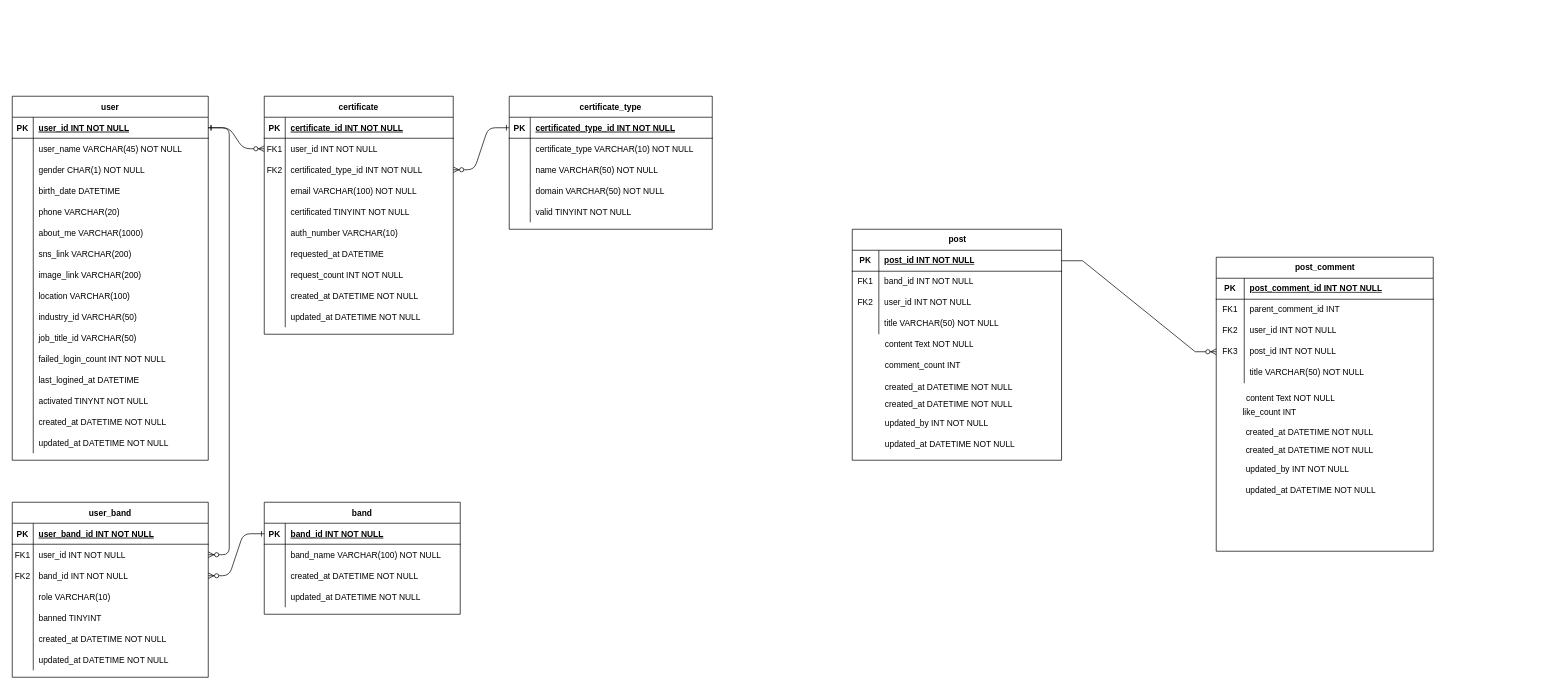
Earlier version of the draw.io diagram ERD.drawio (Peer-Band/Peer-Band-DB). Source tidied: cells renumbered, new cells numbered last; positions are measured from the earlier drawing's top-left corner, leaving out a move shared by most shapes. Both pictures are drawn from the tidied source at 70%, with x=0, y=0 at pixel (12, 96).
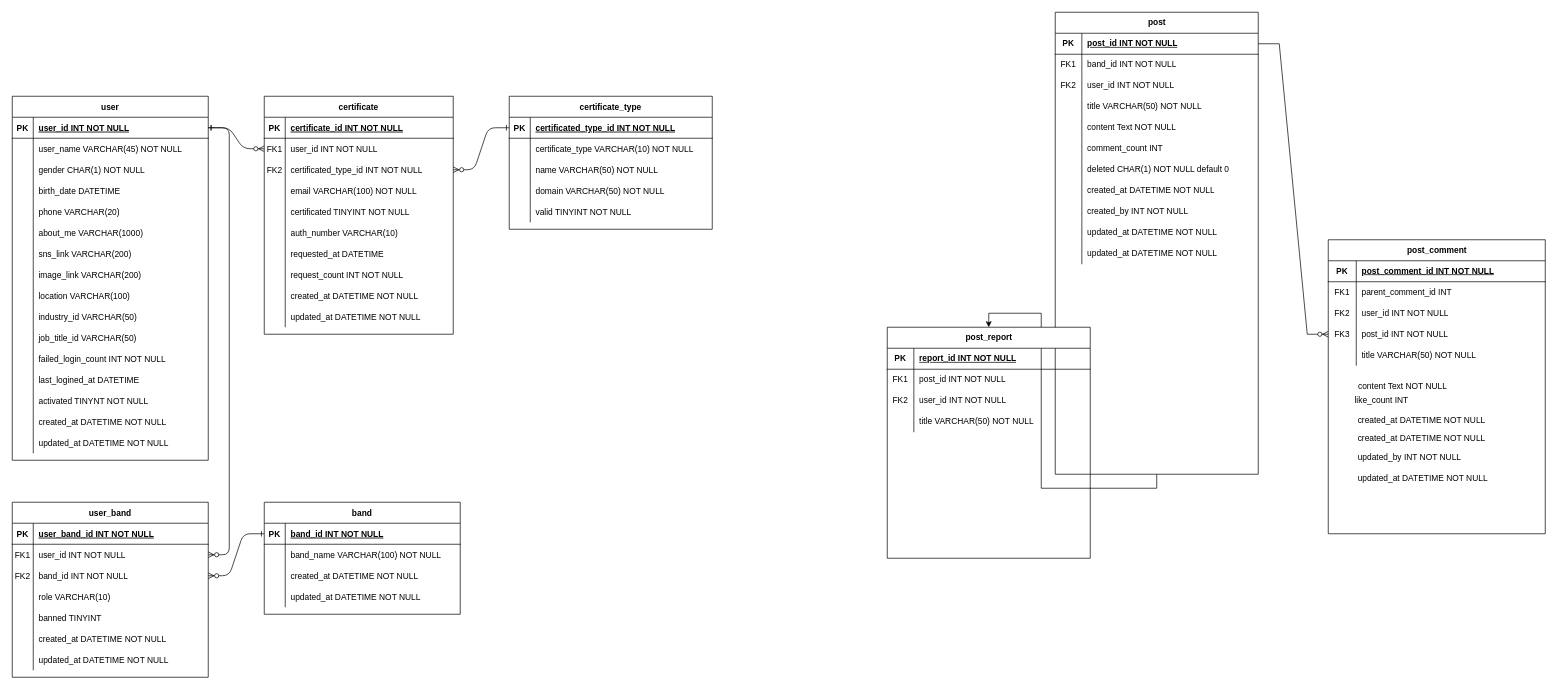
The same page after the edit.

Diff of the diagram source:
```diff
@@
+    <mxCell id="179" style="edgeStyle=orthogonalEdgeStyle;rounded=0;jettySize=auto;html=1;" parent="1" edge="1" source="137" target="199">
+      <mxGeometry relative="1" as="geometry" />
+    </mxCell>
     <mxCell id="137" value="post" style="shape=table;startSize=30;childLayout=tableLayout;rowLines=0;fontStyle=1;align=center;html=1;" parent="1" vertex="1">
-      <mxGeometry x="1200" y="190" width="299" height="330" as="geometry" />
+      <mxGeometry x="1490" y="-120" width="290" height="660" as="geometry" />
     </mxCell>
     <mxCell id="138" style="shape=tableRow;horizontal=0;startSize=0;swimlaneHead=0;swimlaneBody=0;fillColor=none;points=[[0,0.5],[1,0.5]];portConstraint=eastwest;top=0;left=0;right=0;bottom=1;" parent="137" vertex="1">
-      <mxGeometry y="30" width="299" height="30" as="geometry" />
+      <mxGeometry y="30" width="290" height="30" as="geometry" />
     </mxCell>
@@
     <mxCell id="140" value="post_id INT NOT NULL" style="shape=partialRectangle;fillColor=none;top=0;left=0;bottom=0;right=0;align=left;spacingLeft=6;fontStyle=5;overflow=hidden;whiteSpace=wrap;html=1;" parent="138" vertex="1">
-      <mxGeometry x="38" width="261" height="30" as="geometry" />
+      <mxGeometry x="38" width="252" height="30" as="geometry" />
     </mxCell>
     <mxCell id="141" style="shape=tableRow;horizontal=0;startSize=0;swimlaneHead=0;swimlaneBody=0;fillColor=none;top=0;left=0;right=0;bottom=0;" parent="137" vertex="1">
-      <mxGeometry y="60" width="299" height="30" as="geometry" />
+      <mxGeometry y="60" width="290" height="30" as="geometry" />
     </mxCell>
@@
     <mxCell id="143" value="band_id INT NOT NULL" style="shape=partialRectangle;fillColor=none;top=0;left=0;bottom=0;right=0;align=left;spacingLeft=6;overflow=hidden;whiteSpace=wrap;html=1;" parent="141" vertex="1">
-      <mxGeometry x="38" width="261" height="30" as="geometry" />
+      <mxGeometry x="38" width="252" height="30" as="geometry" />
     </mxCell>
     <mxCell id="144" style="shape=tableRow;horizontal=0;startSize=0;swimlaneHead=0;swimlaneBody=0;fillColor=none;top=0;left=0;right=0;bottom=0;" parent="137" vertex="1">
-      <mxGeometry y="90" width="299" height="30" as="geometry" />
+      <mxGeometry y="90" width="290" height="30" as="geometry" />
     </mxCell>
@@
     <mxCell id="146" value="user_id INT NOT NULL" style="shape=partialRectangle;fillColor=none;top=0;left=0;bottom=0;right=0;align=left;spacingLeft=6;overflow=hidden;whiteSpace=wrap;html=1;" parent="144" vertex="1">
-      <mxGeometry x="38" width="261" height="30" as="geometry" />
+      <mxGeometry x="38" width="252" height="30" as="geometry" />
     </mxCell>
     <mxCell id="147" style="shape=tableRow;horizontal=0;startSize=0;swimlaneHead=0;swimlaneBody=0;fillColor=none;top=0;left=0;right=0;bottom=0;" parent="137" vertex="1">
-      <mxGeometry y="120" width="299" height="30" as="geometry" />
+      <mxGeometry y="120" width="290" height="30" as="geometry" />
     </mxCell>
@@
     <mxCell id="149" value="title VARCHAR(50) NOT NULL" style="shape=partialRectangle;fillColor=none;top=0;left=0;bottom=0;right=0;align=left;spacingLeft=6;overflow=hidden;whiteSpace=wrap;html=1;" parent="147" vertex="1">
-      <mxGeometry x="38" width="261" height="30" as="geometry" />
+      <mxGeometry x="38" width="252" height="30" as="geometry" />
     </mxCell>
+    <mxCell id="180" style="shape=tableRow;horizontal=0;startSize=0;swimlaneHead=0;swimlaneBody=0;fillColor=none;top=0;left=0;right=0;bottom=0;" parent="137" vertex="1">
+      <mxGeometry y="150" width="290" height="30" as="geometry" />
+    </mxCell>
+    <mxCell id="181" style="shape=partialRectangle;fillColor=none;top=0;left=0;bottom=0;right=0;overflow=hidden;whiteSpace=wrap;html=1;" parent="180" vertex="1">
+      <mxGeometry width="38" height="30" as="geometry" />
+    </mxCell>
-    <mxCell id="150" value="content Text NOT NULL" style="shape=partialRectangle;fillColor=none;top=0;left=0;bottom=0;right=0;align=left;spacingLeft=6;overflow=hidden;whiteSpace=wrap;html=1;" parent="1" vertex="1">
-      <mxGeometry x="1239" y="340" width="260" height="30" as="geometry" />
+    <mxCell id="150" value="content Text NOT NULL" style="shape=partialRectangle;fillColor=none;top=0;left=0;bottom=0;right=0;align=left;spacingLeft=6;overflow=hidden;whiteSpace=wrap;html=1;" parent="180" vertex="1">
+      <mxGeometry x="38" width="252" height="30" as="geometry" />
     </mxCell>
+    <mxCell id="182" style="shape=tableRow;horizontal=0;startSize=0;swimlaneHead=0;swimlaneBody=0;fillColor=none;top=0;left=0;right=0;bottom=0;" parent="137" vertex="1">
+      <mxGeometry y="180" width="290" height="30" as="geometry" />
+    </mxCell>
+    <mxCell id="183" style="shape=partialRectangle;fillColor=none;top=0;left=0;bottom=0;right=0;overflow=hidden;whiteSpace=wrap;html=1;" parent="182" vertex="1">
+      <mxGeometry width="38" height="30" as="geometry" />
+    </mxCell>
-    <mxCell id="151" value="comment_count INT&amp;nbsp;" style="shape=partialRectangle;fillColor=none;top=0;left=0;bottom=0;right=0;align=left;spacingLeft=6;overflow=hidden;whiteSpace=wrap;html=1;" parent="1" vertex="1">
-      <mxGeometry x="1239" y="370" width="260" height="30" as="geometry" />
+    <mxCell id="151" value="comment_count INT&amp;nbsp;" style="shape=partialRectangle;fillColor=none;top=0;left=0;bottom=0;right=0;align=left;spacingLeft=6;overflow=hidden;whiteSpace=wrap;html=1;" parent="182" vertex="1">
+      <mxGeometry x="38" width="252" height="30" as="geometry" />
     </mxCell>
-    <mxCell id="152" value="created_at DATETIME NOT NULL" style="shape=partialRectangle;overflow=hidden;fillColor=none;top=0;left=0;bottom=0;right=0;align=left;spacingLeft=6;" parent="1" vertex="1">
-      <mxGeometry x="1239" y="425" width="240" height="30" as="geometry" />
-    </mxCell>
-    <mxCell id="153" value="updated_by INT NOT NULL" style="shape=partialRectangle;overflow=hidden;fillColor=none;top=0;left=0;bottom=0;right=0;align=left;spacingLeft=6;" parent="1" vertex="1">
-      <mxGeometry x="1239" y="452" width="240" height="30" as="geometry" />
-    </mxCell>
-    <mxCell id="154" value="updated_at DATETIME NOT NULL" style="shape=partialRectangle;overflow=hidden;fillColor=none;top=0;left=0;bottom=0;right=0;align=left;spacingLeft=6;" parent="1" vertex="1">
-      <mxGeometry x="1239" y="482" width="240" height="30" as="geometry" />
-    </mxCell>
-    <mxCell id="155" value="created_at DATETIME NOT NULL" style="shape=partialRectangle;overflow=hidden;fillColor=none;top=0;left=0;bottom=0;right=0;align=left;spacingLeft=6;" parent="1" vertex="1">
-      <mxGeometry x="1239" y="400" width="240" height="30" as="geometry" />
-    </mxCell>
+    <mxCell id="184" style="shape=tableRow;horizontal=0;startSize=0;swimlaneHead=0;swimlaneBody=0;fillColor=none;top=0;left=0;right=0;bottom=0;" parent="137" vertex="1">
+      <mxGeometry y="210" width="290" height="30" as="geometry" />
+    </mxCell>
+    <mxCell id="185" style="shape=partialRectangle;fillColor=none;top=0;left=0;bottom=0;right=0;overflow=hidden;whiteSpace=wrap;html=1;" parent="184" vertex="1">
+      <mxGeometry width="38" height="30" as="geometry" />
+    </mxCell>
+    <mxCell id="186" value="deleted&amp;nbsp;CHAR(1) NOT NULL default 0" style="shape=partialRectangle;fillColor=none;top=0;left=0;bottom=0;right=0;align=left;spacingLeft=6;overflow=hidden;whiteSpace=wrap;html=1;" parent="184" vertex="1">
+      <mxGeometry x="38" width="252" height="30" as="geometry" />
+    </mxCell>
+    <mxCell id="187" style="shape=tableRow;horizontal=0;startSize=0;swimlaneHead=0;swimlaneBody=0;fillColor=none;top=0;left=0;right=0;bottom=0;" parent="137" vertex="1">
+      <mxGeometry y="240" width="290" height="30" as="geometry" />
+    </mxCell>
+    <mxCell id="188" style="shape=partialRectangle;fillColor=none;top=0;left=0;bottom=0;right=0;overflow=hidden;whiteSpace=wrap;html=1;" parent="187" vertex="1">
+      <mxGeometry width="38" height="30" as="geometry" />
+    </mxCell>
+    <mxCell id="189" value="created_at DATETIME NOT NULL" style="shape=partialRectangle;fillColor=none;top=0;left=0;bottom=0;right=0;align=left;spacingLeft=6;overflow=hidden;whiteSpace=wrap;html=1;" parent="187" vertex="1">
+      <mxGeometry x="38" width="252" height="30" as="geometry" />
+    </mxCell>
+    <mxCell id="190" style="shape=tableRow;horizontal=0;startSize=0;swimlaneHead=0;swimlaneBody=0;fillColor=none;top=0;left=0;right=0;bottom=0;" parent="137" vertex="1">
+      <mxGeometry y="270" width="290" height="30" as="geometry" />
+    </mxCell>
+    <mxCell id="191" style="shape=partialRectangle;fillColor=none;top=0;left=0;bottom=0;right=0;overflow=hidden;whiteSpace=wrap;html=1;" parent="190" vertex="1">
+      <mxGeometry width="38" height="30" as="geometry" />
+    </mxCell>
+    <mxCell id="192" value="created_by INT NOT NULL" style="shape=partialRectangle;fillColor=none;top=0;left=0;bottom=0;right=0;align=left;spacingLeft=6;overflow=hidden;whiteSpace=wrap;html=1;" parent="190" vertex="1">
+      <mxGeometry x="38" width="252" height="30" as="geometry" />
+    </mxCell>
+    <mxCell id="193" style="shape=tableRow;horizontal=0;startSize=0;swimlaneHead=0;swimlaneBody=0;fillColor=none;top=0;left=0;right=0;bottom=0;" parent="137" vertex="1">
+      <mxGeometry y="300" width="290" height="30" as="geometry" />
+    </mxCell>
+    <mxCell id="194" style="shape=partialRectangle;fillColor=none;top=0;left=0;bottom=0;right=0;overflow=hidden;whiteSpace=wrap;html=1;" parent="193" vertex="1">
+      <mxGeometry width="38" height="30" as="geometry" />
+    </mxCell>
+    <mxCell id="195" value="updated_at DATETIME NOT NULL" style="shape=partialRectangle;fillColor=none;top=0;left=0;bottom=0;right=0;align=left;spacingLeft=6;overflow=hidden;whiteSpace=wrap;html=1;" parent="193" vertex="1">
+      <mxGeometry x="38" width="252" height="30" as="geometry" />
+    </mxCell>
+    <mxCell id="196" style="shape=tableRow;horizontal=0;startSize=0;swimlaneHead=0;swimlaneBody=0;fillColor=none;top=0;left=0;right=0;bottom=0;" parent="137" vertex="1">
+      <mxGeometry y="330" width="290" height="30" as="geometry" />
+    </mxCell>
+    <mxCell id="197" style="shape=partialRectangle;fillColor=none;top=0;left=0;bottom=0;right=0;overflow=hidden;whiteSpace=wrap;html=1;" parent="196" vertex="1">
+      <mxGeometry width="38" height="30" as="geometry" />
+    </mxCell>
+    <mxCell id="198" value="updated_at DATETIME NOT NULL" style="shape=partialRectangle;fillColor=none;top=0;left=0;bottom=0;right=0;align=left;spacingLeft=6;overflow=hidden;whiteSpace=wrap;html=1;" parent="196" vertex="1">
+      <mxGeometry x="38" width="252" height="30" as="geometry" />
+    </mxCell>
     <mxCell id="156" value="post_comment" style="shape=table;startSize=30;childLayout=tableLayout;rowLines=0;fontStyle=1;align=center;html=1;" parent="1" vertex="1">
-      <mxGeometry x="1720" y="230" width="310" height="420" as="geometry" />
+      <mxGeometry x="1880" y="205" width="310" height="420" as="geometry" />
     </mxCell>
@@
     <mxCell id="172" value="content Text NOT NULL" style="shape=partialRectangle;fillColor=none;top=0;left=0;bottom=0;right=0;align=left;spacingLeft=6;overflow=hidden;whiteSpace=wrap;html=1;" parent="1" vertex="1">
-      <mxGeometry x="1754.5" y="417" width="260" height="30" as="geometry" />
+      <mxGeometry x="1914.5" y="400" width="260" height="30" as="geometry" />
     </mxCell>
     <mxCell id="173" value="like_count INT&amp;nbsp;" style="shape=partialRectangle;fillColor=none;top=0;left=0;bottom=0;right=0;align=left;spacingLeft=6;overflow=hidden;whiteSpace=wrap;html=1;" parent="1" vertex="1">
-      <mxGeometry x="1750" y="437" width="260" height="30" as="geometry" />
+      <mxGeometry x="1910" y="420" width="260" height="30" as="geometry" />
     </mxCell>
     <mxCell id="174" value="created_at DATETIME NOT NULL" style="shape=partialRectangle;overflow=hidden;fillColor=none;top=0;left=0;bottom=0;right=0;align=left;spacingLeft=6;" parent="1" vertex="1">
-      <mxGeometry x="1754.5" y="490" width="240" height="30" as="geometry" />
+      <mxGeometry x="1914.5" y="473" width="240" height="30" as="geometry" />
     </mxCell>
     <mxCell id="175" value="updated_by INT NOT NULL" style="shape=partialRectangle;overflow=hidden;fillColor=none;top=0;left=0;bottom=0;right=0;align=left;spacingLeft=6;" parent="1" vertex="1">
-      <mxGeometry x="1754.5" y="517" width="240" height="30" as="geometry" />
+      <mxGeometry x="1914.5" y="500" width="240" height="30" as="geometry" />
     </mxCell>
     <mxCell id="176" value="updated_at DATETIME NOT NULL" style="shape=partialRectangle;overflow=hidden;fillColor=none;top=0;left=0;bottom=0;right=0;align=left;spacingLeft=6;" parent="1" vertex="1">
-      <mxGeometry x="1754.5" y="547" width="240" height="30" as="geometry" />
+      <mxGeometry x="1914.5" y="530" width="240" height="30" as="geometry" />
     </mxCell>
     <mxCell id="177" value="created_at DATETIME NOT NULL" style="shape=partialRectangle;overflow=hidden;fillColor=none;top=0;left=0;bottom=0;right=0;align=left;spacingLeft=6;" parent="1" vertex="1">
-      <mxGeometry x="1754.5" y="465" width="240" height="30" as="geometry" />
+      <mxGeometry x="1914.5" y="448" width="240" height="30" as="geometry" />
     </mxCell>
@@
+    <mxCell id="199" value="post_report" style="shape=table;startSize=30;childLayout=tableLayout;rowLines=0;fontStyle=1;align=center;html=1;" parent="1" vertex="1">
+      <mxGeometry x="1250" y="330" width="290" height="330" as="geometry" />
+    </mxCell>
+    <mxCell id="200" style="shape=tableRow;horizontal=0;startSize=0;swimlaneHead=0;swimlaneBody=0;fillColor=none;top=0;left=0;right=0;bottom=1;" parent="199" vertex="1">
+      <mxGeometry y="30" width="290" height="30" as="geometry" />
+    </mxCell>
+    <mxCell id="201" value="PK" style="shape=partialRectangle;fillColor=none;top=0;left=0;bottom=0;right=0;fontStyle=1;overflow=hidden;whiteSpace=wrap;html=1;" parent="200" vertex="1">
+      <mxGeometry width="38" height="30" as="geometry" />
+    </mxCell>
+    <mxCell id="202" value="report_id INT NOT NULL" style="shape=partialRectangle;fillColor=none;top=0;left=0;bottom=0;right=0;align=left;spacingLeft=6;fontStyle=5;overflow=hidden;whiteSpace=wrap;html=1;" parent="200" vertex="1">
+      <mxGeometry x="38" width="252" height="30" as="geometry" />
+    </mxCell>
+    <mxCell id="203" style="shape=tableRow;horizontal=0;startSize=0;swimlaneHead=0;swimlaneBody=0;fillColor=none;top=0;left=0;right=0;bottom=0;" parent="199" vertex="1">
+      <mxGeometry y="60" width="290" height="30" as="geometry" />
+    </mxCell>
+    <mxCell id="204" value="FK1" style="shape=partialRectangle;fillColor=none;top=0;left=0;bottom=0;right=0;overflow=hidden;whiteSpace=wrap;html=1;" parent="203" vertex="1">
+      <mxGeometry width="38" height="30" as="geometry" />
+    </mxCell>
+    <mxCell id="205" value="post_id INT NOT NULL" style="shape=partialRectangle;fillColor=none;top=0;left=0;bottom=0;right=0;align=left;spacingLeft=6;overflow=hidden;whiteSpace=wrap;html=1;" parent="203" vertex="1">
+      <mxGeometry x="38" width="252" height="30" as="geometry" />
+    </mxCell>
+    <mxCell id="206" style="shape=tableRow;horizontal=0;startSize=0;swimlaneHead=0;swimlaneBody=0;fillColor=none;top=0;left=0;right=0;bottom=0;" parent="199" vertex="1">
+      <mxGeometry y="90" width="290" height="30" as="geometry" />
+    </mxCell>
+    <mxCell id="207" value="FK2" style="shape=partialRectangle;fillColor=none;top=0;left=0;bottom=0;right=0;overflow=hidden;whiteSpace=wrap;html=1;" parent="206" vertex="1">
+      <mxGeometry width="38" height="30" as="geometry" />
+    </mxCell>
+    <mxCell id="208" value="user_id INT NOT NULL" style="shape=partialRectangle;fillColor=none;top=0;left=0;bottom=0;right=0;align=left;spacingLeft=6;overflow=hidden;whiteSpace=wrap;html=1;" parent="206" vertex="1">
+      <mxGeometry x="38" width="252" height="30" as="geometry" />
+    </mxCell>
+    <mxCell id="209" style="shape=tableRow;horizontal=0;startSize=0;swimlaneHead=0;swimlaneBody=0;fillColor=none;top=0;left=0;right=0;bottom=0;" parent="199" vertex="1">
+      <mxGeometry y="120" width="290" height="30" as="geometry" />
+    </mxCell>
+    <mxCell id="210" style="shape=partialRectangle;fillColor=none;top=0;left=0;bottom=0;right=0;overflow=hidden;whiteSpace=wrap;html=1;" parent="209" vertex="1">
+      <mxGeometry width="38" height="30" as="geometry" />
+    </mxCell>
+    <mxCell id="211" value="title VARCHAR(50) NOT NULL" style="shape=partialRectangle;fillColor=none;top=0;left=0;bottom=0;right=0;align=left;spacingLeft=6;overflow=hidden;whiteSpace=wrap;html=1;" parent="209" vertex="1">
+      <mxGeometry x="38" width="252" height="30" as="geometry" />
+    </mxCell>
```
